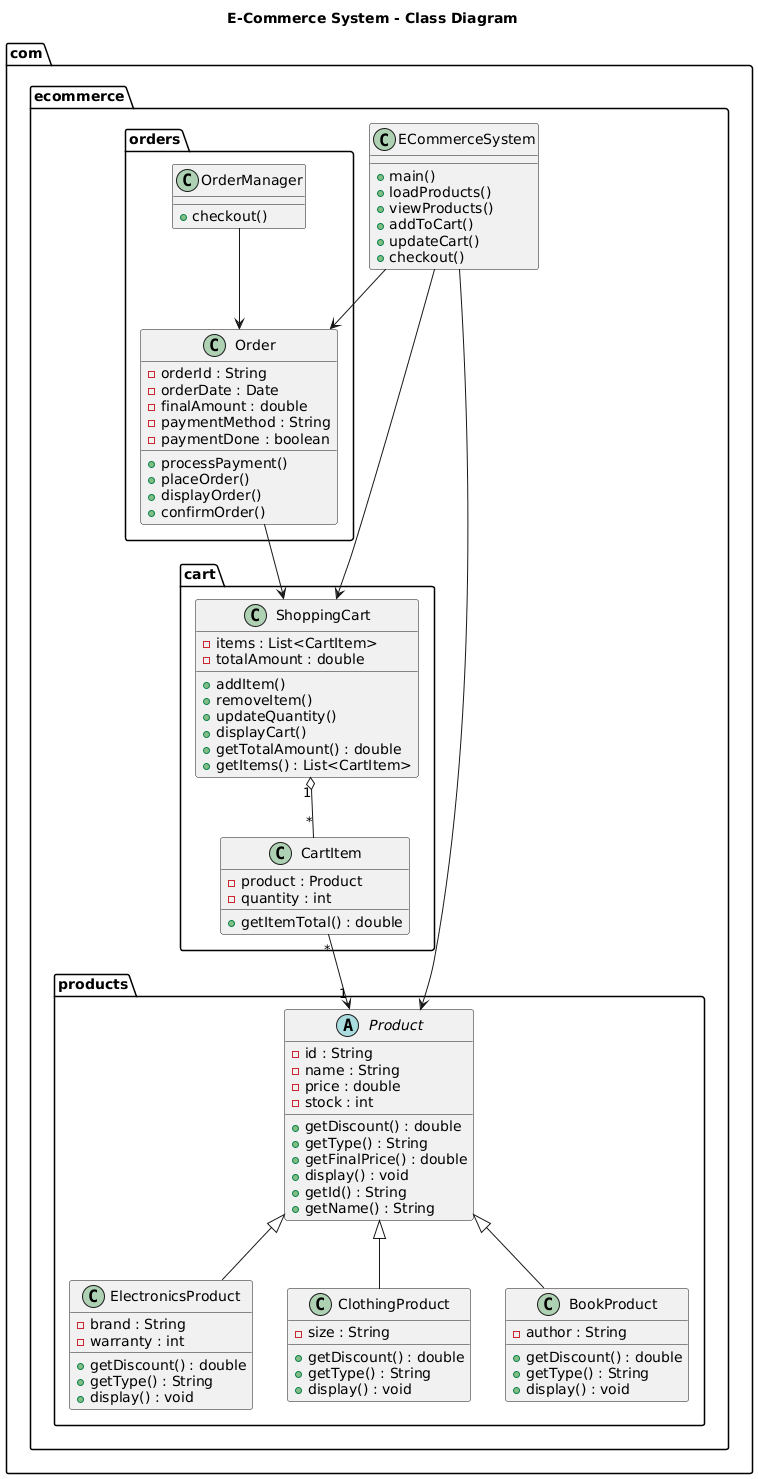
The PlantUML diagram docs/UML_Diagram.png in shelketeju13/E-commerceSystemwithProductHierarchy, before a commit.
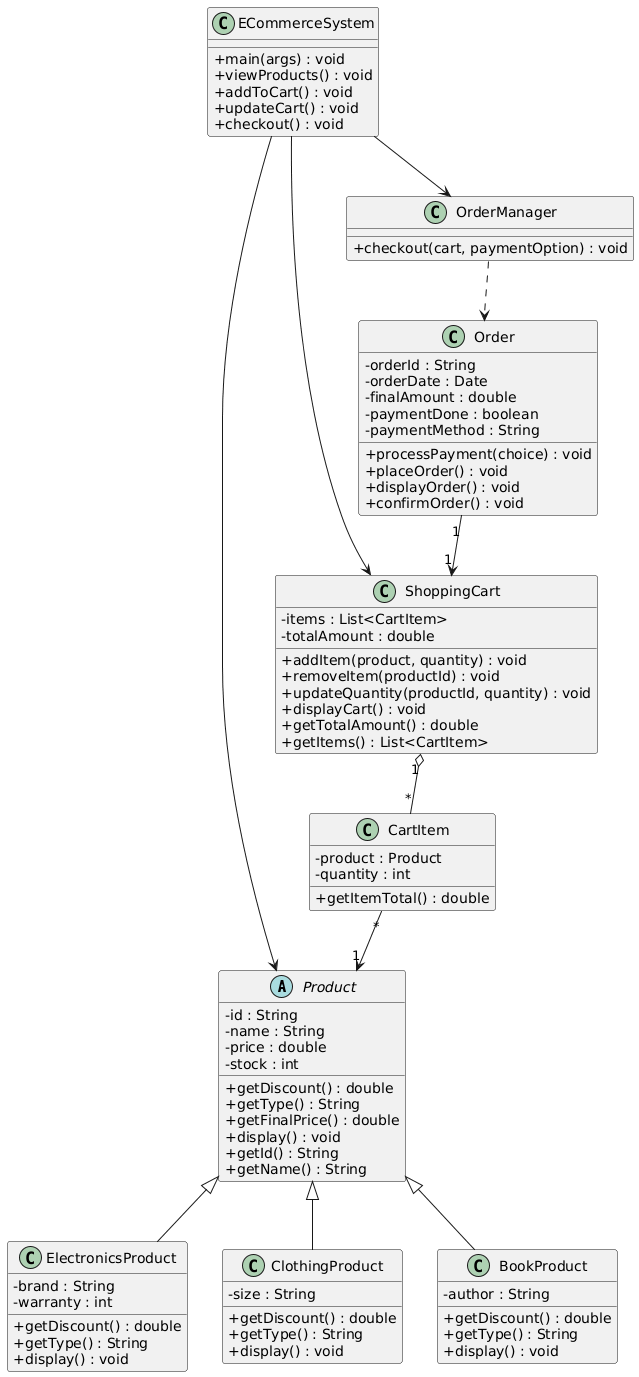
The same file after the commit.

Commit message:
Update UML_Diagram

What changed in the source:
```diff
@@ -1,106 +1,93 @@
 @startuml
-title E-Commerce System - Class Diagram
+skinparam classAttributeIconSize 0
 
-package "com.ecommerce.products" {
-
-    abstract class Product {
-        - id : String
-        - name : String
-        - price : double
-        - stock : int
-        + getDiscount() : double
-        + getType() : String
-        + getFinalPrice() : double
-        + display() : void
-        + getId() : String
-        + getName() : String
-    }
-
-    class ElectronicsProduct {
-        - brand : String
-        - warranty : int
-        + getDiscount() : double
-        + getType() : String
-        + display() : void
-    }
-
-    class ClothingProduct {
-        - size : String
-        + getDiscount() : double
-        + getType() : String
-        + display() : void
-    }
-
-    class BookProduct {
-        - author : String
-        + getDiscount() : double
-        + getType() : String
-        + display() : void
-    }
-
-    Product <|-- ElectronicsProduct
-    Product <|-- ClothingProduct
-    Product <|-- BookProduct
+abstract class Product {
+    - id : String
+    - name : String
+    - price : double
+    - stock : int
+    + getDiscount() : double
+    + getType() : String
+    + getFinalPrice() : double
+    + display() : void
+    + getId() : String
+    + getName() : String
 }
 
-package "com.ecommerce.cart" {
-
-    class CartItem {
-        - product : Product
-        - quantity : int
-        + getItemTotal() : double
-    }
-
-    class ShoppingCart {
-        - items : List<CartItem>
-        - totalAmount : double
-        + addItem()
-        + removeItem()
-        + updateQuantity()
-        + displayCart()
-        + getTotalAmount() : double
-        + getItems() : List<CartItem>
-    }
-
-    ShoppingCart "1" o-- "*" CartItem
-    CartItem "*" --> "1" Product
+class ElectronicsProduct {
+    - brand : String
+    - warranty : int
+    + getDiscount() : double
+    + getType() : String
+    + display() : void
 }
 
-package "com.ecommerce.orders" {
-
-    class Order {
-        - orderId : String
-        - orderDate : Date
-        - finalAmount : double
-        - paymentMethod : String
-        - paymentDone : boolean
-        + processPayment()
-        + placeOrder()
-        + displayOrder()
-        + confirmOrder()
-    }
-
-    class OrderManager {
-        + checkout()
-    }
-
-    OrderManager --> Order
-    Order --> ShoppingCart
+class ClothingProduct {
+    - size : String
+    + getDiscount() : double
+    + getType() : String
+    + display() : void
 }
 
-package "com.ecommerce" {
+class BookProduct {
+    - author : String
+    + getDiscount() : double
+    + getType() : String
+    + display() : void
+}
 
-    class ECommerceSystem {
-        + main()
-        + loadProducts()
-        + viewProducts()
-        + addToCart()
-        + updateCart()
-        + checkout()
-    }
+Product <|-- ElectronicsProduct
+Product <|-- ClothingProduct
+Product <|-- BookProduct
 
-    ECommerceSystem --> Product
-    ECommerceSystem --> ShoppingCart
-    ECommerceSystem --> Order
+class CartItem {
+    - product : Product
+    - quantity : int
+    + getItemTotal() : double
 }
+
+class ShoppingCart {
+    - items : List<CartItem>
+    - totalAmount : double
+    + addItem(product, quantity) : void
+    + removeItem(productId) : void
+    + updateQuantity(productId, quantity) : void
+    + displayCart() : void
+    + getTotalAmount() : double
+    + getItems() : List<CartItem>
+}
+
+ShoppingCart "1" o-- "*" CartItem
+CartItem "*" --> "1" Product
+
+class Order {
+    - orderId : String
+    - orderDate : Date
+    - finalAmount : double
+    - paymentDone : boolean
+    - paymentMethod : String
+    + processPayment(choice) : void
+    + placeOrder() : void
+    + displayOrder() : void
+    + confirmOrder() : void
+}
+
+class OrderManager {
+    + checkout(cart, paymentOption) : void
+}
+
+Order "1" --> "1" ShoppingCart
+OrderManager ..> Order
+
+class ECommerceSystem {
+    + main(args) : void
+    + viewProducts() : void
+    + addToCart() : void
+    + updateCart() : void
+    + checkout() : void
+}
+
+ECommerceSystem --> ShoppingCart
+ECommerceSystem --> Product
+ECommerceSystem --> OrderManager
 @enduml
```
